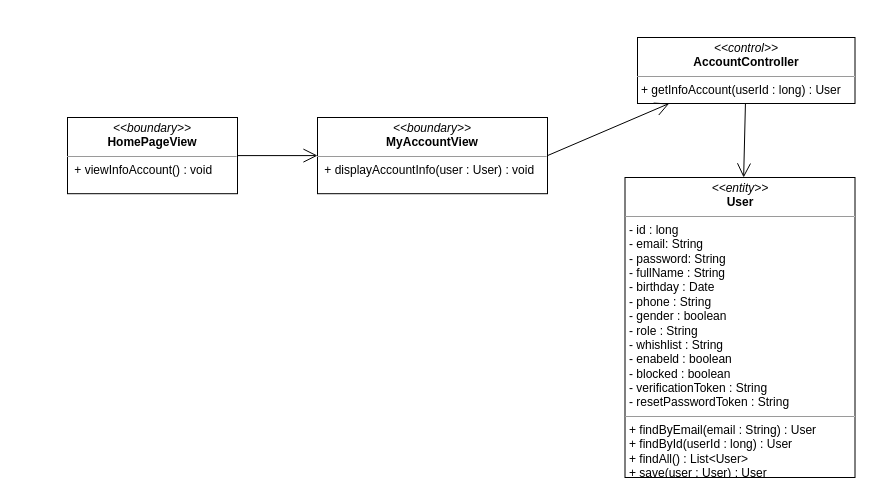
Before: class diagram/get-InfoAccount-class-diagram.drawio in nguyenphamvan/datn_20202, a draw.io diagram. Source tidied: cells renumbered, new cells numbered last; positions are measured from the earlier drawing's top-left corner, leaving out a move shared by most shapes. Both pictures are drawn from the tidied source at 100%, with x=0, y=0 at pixel (67, 37).
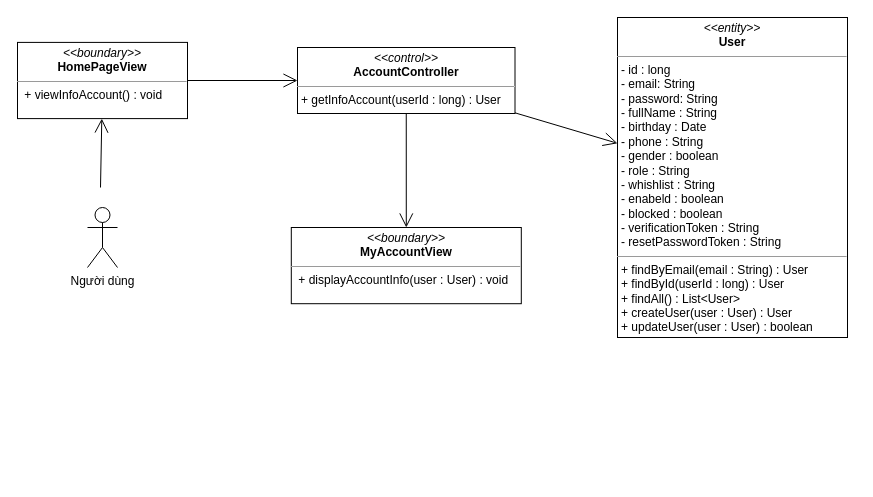
The same diagram, later.

Diff of the diagram source:
```diff
@@
 <mxGraphModel>
   <root>
     <mxCell id="0" />
     <mxCell id="1" parent="0" />
     <mxCell id="2" value="&lt;p style=&quot;margin: 0px ; margin-top: 4px ; text-align: center&quot;&gt;&lt;i&gt;&amp;lt;&amp;lt;boundary&amp;gt;&amp;gt;&lt;/i&gt;&lt;br&gt;&lt;b&gt;MyAccountView&lt;/b&gt;&lt;/p&gt;&lt;hr size=&quot;1&quot;&gt;&lt;p style=&quot;margin: 0px ; margin-left: 4px&quot;&gt;&lt;span&gt;&amp;nbsp;&lt;/span&gt;&lt;span&gt;+ displayAccountInfo(user : User) : void&lt;/span&gt;&lt;/p&gt;" style="verticalAlign=top;align=left;overflow=fill;fontSize=12;fontFamily=Helvetica;html=1;" parent="1" vertex="1">
-      <mxGeometry x="250" y="80" width="230" height="76.2" as="geometry" />
+      <mxGeometry x="223.8" y="190" width="230" height="76.2" as="geometry" />
     </mxCell>
-    <mxCell id="3" value="&lt;p style=&quot;margin: 0px ; margin-top: 4px ; text-align: center&quot;&gt;&lt;i&gt;&amp;lt;&amp;lt;entity&amp;gt;&amp;gt;&lt;/i&gt;&lt;br&gt;&lt;b&gt;User&lt;/b&gt;&lt;/p&gt;&lt;hr size=&quot;1&quot;&gt;&lt;p style=&quot;margin: 0px ; margin-left: 4px&quot;&gt;- id : long&lt;/p&gt;&lt;p style=&quot;margin: 0px ; margin-left: 4px&quot;&gt;- email: String&lt;br&gt;- password: String&lt;/p&gt;&lt;p style=&quot;margin: 0px ; margin-left: 4px&quot;&gt;- fullName : String&lt;/p&gt;&lt;p style=&quot;margin: 0px ; margin-left: 4px&quot;&gt;- birthday : Date&lt;/p&gt;&lt;p style=&quot;margin: 0px ; margin-left: 4px&quot;&gt;- phone : String&lt;/p&gt;&lt;p style=&quot;margin: 0px ; margin-left: 4px&quot;&gt;- gender : boolean&lt;/p&gt;&lt;p style=&quot;margin: 0px ; margin-left: 4px&quot;&gt;- role : String&lt;/p&gt;&lt;p style=&quot;margin: 0px ; margin-left: 4px&quot;&gt;- whishlist : String&lt;/p&gt;&lt;p style=&quot;margin: 0px ; margin-left: 4px&quot;&gt;- enabeld : boolean&lt;/p&gt;&lt;p style=&quot;margin: 0px ; margin-left: 4px&quot;&gt;- blocked : boolean&lt;/p&gt;&lt;p style=&quot;margin: 0px ; margin-left: 4px&quot;&gt;- verificationToken : String&lt;/p&gt;&lt;p style=&quot;margin: 0px ; margin-left: 4px&quot;&gt;- resetPasswordToken : String&lt;/p&gt;&lt;hr size=&quot;1&quot;&gt;&lt;p style=&quot;margin: 0px 0px 0px 4px&quot;&gt;+ findByEmail(email : String) : User&amp;nbsp;&lt;/p&gt;&lt;p style=&quot;margin: 0px 0px 0px 4px&quot;&gt;+ findById(userId : long) : User&lt;/p&gt;&lt;p style=&quot;margin: 0px 0px 0px 4px&quot;&gt;+ findAll() : List&amp;lt;User&amp;gt;&lt;/p&gt;&lt;p style=&quot;margin: 0px 0px 0px 4px&quot;&gt;+ save(user : User) : User&lt;/p&gt;" style="verticalAlign=top;align=left;overflow=fill;fontSize=12;fontFamily=Helvetica;html=1;" parent="1" vertex="1">
-      <mxGeometry x="557.5" y="140" width="230" height="300" as="geometry" />
+    <mxCell id="3" value="&lt;p style=&quot;margin: 0px ; margin-top: 4px ; text-align: center&quot;&gt;&lt;i&gt;&amp;lt;&amp;lt;entity&amp;gt;&amp;gt;&lt;/i&gt;&lt;br&gt;&lt;b&gt;User&lt;/b&gt;&lt;/p&gt;&lt;hr size=&quot;1&quot;&gt;&lt;p style=&quot;margin: 0px ; margin-left: 4px&quot;&gt;- id : long&lt;/p&gt;&lt;p style=&quot;margin: 0px ; margin-left: 4px&quot;&gt;- email: String&lt;br&gt;- password: String&lt;/p&gt;&lt;p style=&quot;margin: 0px ; margin-left: 4px&quot;&gt;- fullName : String&lt;/p&gt;&lt;p style=&quot;margin: 0px ; margin-left: 4px&quot;&gt;- birthday : Date&lt;/p&gt;&lt;p style=&quot;margin: 0px ; margin-left: 4px&quot;&gt;- phone : String&lt;/p&gt;&lt;p style=&quot;margin: 0px ; margin-left: 4px&quot;&gt;- gender : boolean&lt;/p&gt;&lt;p style=&quot;margin: 0px ; margin-left: 4px&quot;&gt;- role : String&lt;/p&gt;&lt;p style=&quot;margin: 0px ; margin-left: 4px&quot;&gt;- whishlist : String&lt;/p&gt;&lt;p style=&quot;margin: 0px ; margin-left: 4px&quot;&gt;- enabeld : boolean&lt;/p&gt;&lt;p style=&quot;margin: 0px ; margin-left: 4px&quot;&gt;- blocked : boolean&lt;/p&gt;&lt;p style=&quot;margin: 0px ; margin-left: 4px&quot;&gt;- verificationToken : String&lt;/p&gt;&lt;p style=&quot;margin: 0px ; margin-left: 4px&quot;&gt;- resetPasswordToken : String&lt;/p&gt;&lt;hr size=&quot;1&quot;&gt;&lt;p style=&quot;margin: 0px 0px 0px 4px&quot;&gt;+ findByEmail(email : String) : User&amp;nbsp;&lt;/p&gt;&lt;p style=&quot;margin: 0px 0px 0px 4px&quot;&gt;+ findById(userId : long) : User&lt;/p&gt;&lt;p style=&quot;margin: 0px 0px 0px 4px&quot;&gt;+ findAll() : List&amp;lt;User&amp;gt;&lt;/p&gt;&lt;p style=&quot;margin: 0px 0px 0px 4px&quot;&gt;+ createUser(user : User) : User&lt;/p&gt;&lt;p style=&quot;margin: 0px 0px 0px 4px&quot;&gt;+ updateUser(user : User) : boolean&lt;/p&gt;" style="verticalAlign=top;align=left;overflow=fill;fontSize=12;fontFamily=Helvetica;html=1;" parent="1" vertex="1">
+      <mxGeometry x="550" y="-20" width="230" height="320" as="geometry" />
     </mxCell>
     <mxCell id="4" value="&lt;p style=&quot;margin: 0px ; margin-top: 4px ; text-align: center&quot;&gt;&lt;i&gt;&amp;lt;&amp;lt;control&amp;gt;&amp;gt;&lt;/i&gt;&lt;br&gt;&lt;b&gt;AccountController&lt;/b&gt;&lt;br&gt;&lt;/p&gt;&lt;hr size=&quot;1&quot;&gt;&lt;p style=&quot;margin: 0px ; margin-left: 4px&quot;&gt;&lt;span&gt;+ getInfoAccount(userId : long) : User&lt;/span&gt;&lt;br&gt;&lt;/p&gt;" style="verticalAlign=top;align=left;overflow=fill;fontSize=12;fontFamily=Helvetica;html=1;" parent="1" vertex="1">
-      <mxGeometry x="570" width="217.5" height="66" as="geometry" />
+      <mxGeometry x="230" y="10" width="217.5" height="66" as="geometry" />
     </mxCell>
-    <mxCell id="5" style="endArrow=open;endFill=1;endSize=12;html=1;exitX=1;exitY=0.5;exitDx=0;exitDy=0;" parent="1" edge="1" source="2" target="4">
+    <mxCell id="5" style="endArrow=open;endFill=1;endSize=12;html=1;" parent="1" edge="1" source="4" target="2">
       <mxGeometry relative="1" as="geometry" />
     </mxCell>
     <mxCell id="6" style="endArrow=open;endFill=1;endSize=12;html=1;" parent="1" edge="1" source="4" target="3">
       <mxGeometry relative="1" as="geometry" />
     </mxCell>
     <mxCell id="7" value="&lt;p style=&quot;margin: 0px ; margin-top: 4px ; text-align: center&quot;&gt;&lt;i&gt;&amp;lt;&amp;lt;boundary&amp;gt;&amp;gt;&lt;/i&gt;&lt;br&gt;&lt;b&gt;HomePageView&lt;/b&gt;&lt;/p&gt;&lt;hr size=&quot;1&quot;&gt;&lt;p style=&quot;margin: 0px ; margin-left: 4px&quot;&gt;&lt;span&gt;&amp;nbsp;&lt;/span&gt;&lt;span&gt;+ viewInfoAccount() : void&lt;/span&gt;&lt;/p&gt;" style="verticalAlign=top;align=left;overflow=fill;fontSize=12;fontFamily=Helvetica;html=1;" parent="1" vertex="1">
-      <mxGeometry y="80" width="170" height="76.2" as="geometry" />
+      <mxGeometry x="-50" y="4.9" width="170" height="76.2" as="geometry" />
     </mxCell>
-    <mxCell id="8" style="endArrow=open;endFill=1;endSize=12;html=1;" parent="1" edge="1" source="7" target="2">
+    <mxCell id="8" style="endArrow=open;endFill=1;endSize=12;html=1;" parent="1" edge="1" source="7" target="4">
       <mxGeometry relative="1" as="geometry" />
     </mxCell>
+    <mxCell id="9" value="Người dùng" style="shape=umlActor;verticalLabelPosition=bottom;verticalAlign=top;html=1;" parent="1" vertex="1">
+      <mxGeometry x="20" y="170" width="30" height="60" as="geometry" />
+    </mxCell>
+    <mxCell id="10" style="endArrow=open;endFill=1;endSize=12;html=1;" parent="1" edge="1" target="7">
+      <mxGeometry relative="1" as="geometry">
+        <mxPoint x="33" y="150" as="sourcePoint" />
+      </mxGeometry>
+    </mxCell>
   </root>
 </mxGraphModel>
```
